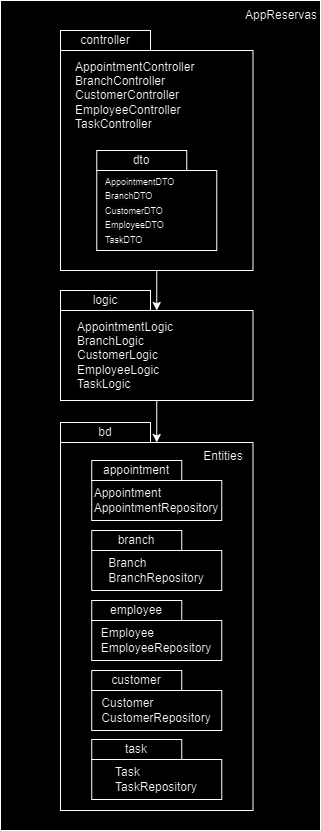
Before: docs/diagrams/Modules-Diagram.png, a diagram exported from draw.io (juandiego-gesc/Proyecto-Reservas-Arquitectura-de-Software). Source tidied: cells renumbered, new cells last; positions are measured from the earlier drawing's top-left corner, leaving out a move shared by most shapes.
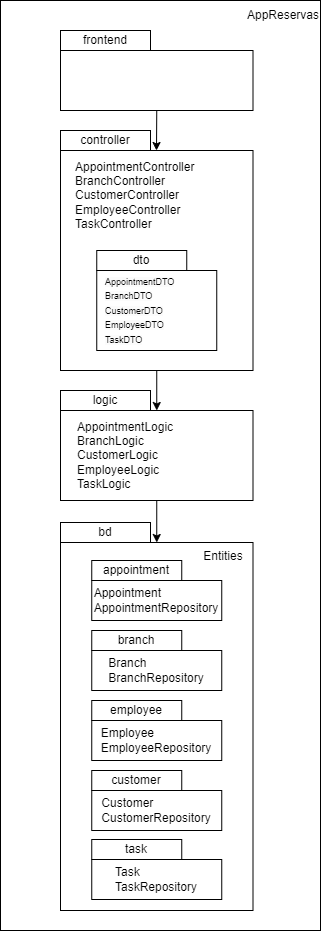
After the commit.

Commit message:
Modify the Module Diagram

The edit, as a diff of the source:
```diff
@@ -3,7 +3,7 @@
     <mxCell id="0" />
     <mxCell id="1" parent="0" />
     <mxCell id="2" style="rounded=0;whiteSpace=wrap;html=1;" parent="1" vertex="1">
-      <mxGeometry width="320" height="830" as="geometry" />
+      <mxGeometry y="-100" width="320" height="930" as="geometry" />
     </mxCell>
     <mxCell id="3" style="rounded=0;whiteSpace=wrap;html=1;" parent="1" vertex="1">
       <mxGeometry x="60" y="50" width="192.5" height="220" as="geometry" />
@@ -78,7 +78,18 @@
       <mxGeometry x="192.5" y="441" width="60" height="30" as="geometry" />
     </mxCell>
     <mxCell id="27" value="AppReservas" style="text;html=1;strokeColor=none;fillColor=none;align=center;verticalAlign=middle;whiteSpace=wrap;rounded=0;" parent="1" vertex="1">
-      <mxGeometry x="250.5" width="60" height="30" as="geometry" />
+      <mxGeometry x="252.5" y="-100" width="60" height="30" as="geometry" />
     </mxCell>
+    <mxCell id="28" style="rounded=0;whiteSpace=wrap;html=1;" parent="1" vertex="1">
+      <mxGeometry x="60" y="-50" width="192.5" height="60" as="geometry" />
+    </mxCell>
+    <mxCell id="29" value="frontend" style="rounded=0;whiteSpace=wrap;html=1;" parent="1" vertex="1">
+      <mxGeometry x="60" y="-70" width="90" height="20" as="geometry" />
+    </mxCell>
+    <mxCell id="30" style="endArrow=classic;html=1;rounded=0;exitX=0.5;exitY=1;exitDx=0;exitDy=0;fontStyle=1;" parent="1" edge="1" source="28">
+      <mxGeometry relative="1" as="geometry">
+        <mxPoint x="156" y="50" as="targetPoint" />
+      </mxGeometry>
+    </mxCell>
   </root>
 </mxGraphModel>
```
